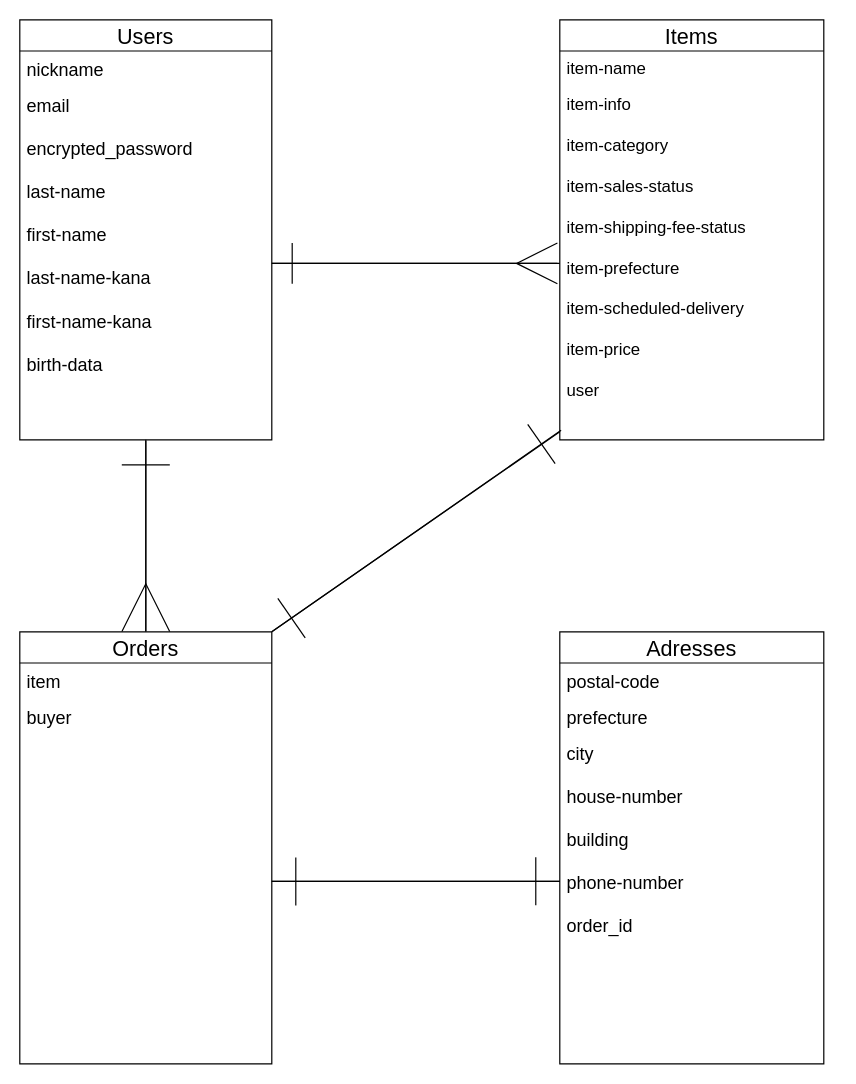
Above: test.dio in masakku/furima-36839 (draw.io), before the change. Source tidied: cells renumbered, new cells numbered last; positions are measured from the earlier drawing's top-left corner, leaving out a move shared by most shapes. Both pictures are drawn from the tidied source at 120%, with x=0, y=0 at pixel (19, 19).
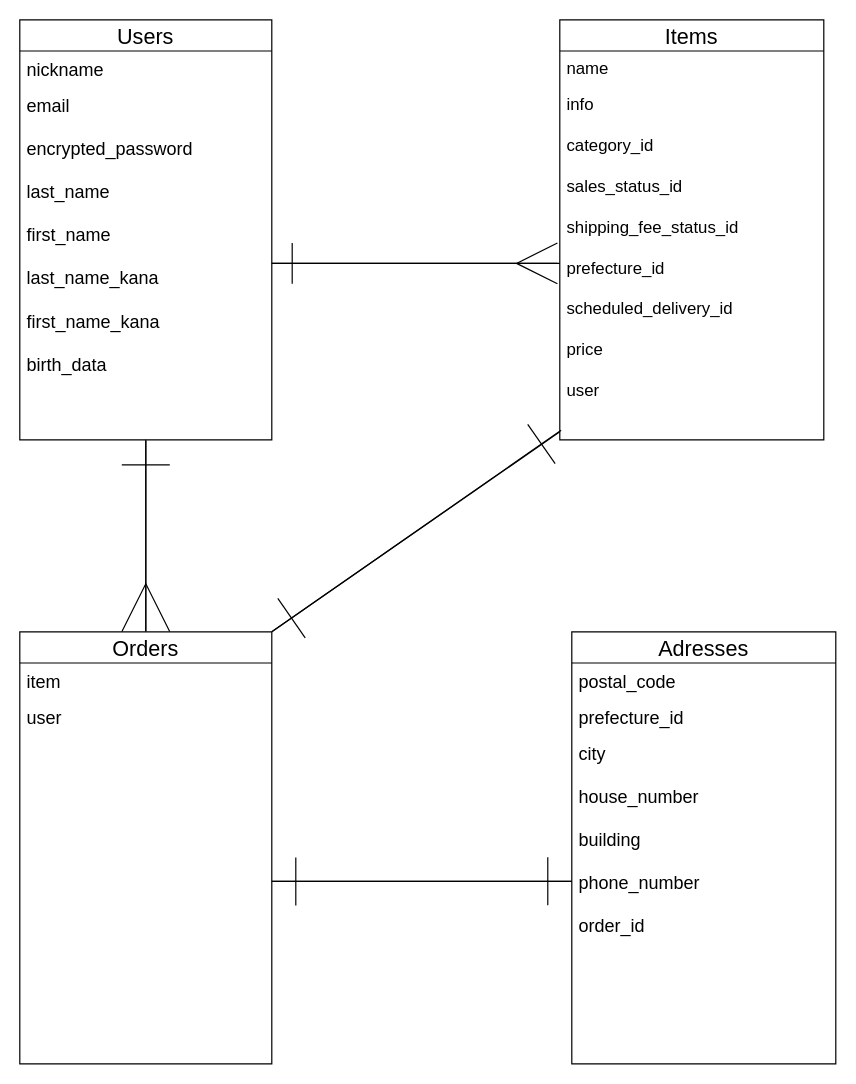
After the change.

The change refers to these unchanged cells:
```xml
<mxCell id="3" value="Users" style="swimlane;fontStyle=0;horizontal=1;startSize=26;align=center;fontSize=18;perimeterSpacing=0;strokeWidth=1;" parent="1" vertex="1">
  <mxGeometry width="210" height="350" as="geometry" />
</mxCell>
<mxCell id="6" value="Items" style="swimlane;fontStyle=0;horizontal=1;startSize=26;align=center;fontSize=18;" parent="1" vertex="1">
  <mxGeometry x="450" width="220" height="350" as="geometry" />
</mxCell>
<mxCell id="18" value="Orders" style="swimlane;fontStyle=0;horizontal=1;startSize=26;align=center;fontSize=18;strokeWidth=1;" parent="1" vertex="1">
  <mxGeometry y="510" width="210" height="360" as="geometry" />
</mxCell>
```

What changed in the source:
```diff
@@
-    <mxCell id="5" value="email&#10;&#10;encrypted_password&#10;&#10;last-name&#10;&#10;first-name&#10;&#10;last-name-kana&#10;&#10;first-name-kana&#10;&#10;birth-data&#10;&#10;&#10;" style="text;strokeColor=none;fillColor=none;spacingLeft=4;spacingRight=4;overflow=hidden;points=[[0,0.5],[1,0.5]];portConstraint=eastwest;fontSize=15;" parent="3" vertex="1">
+    <mxCell id="5" value="email&#10;&#10;encrypted_password&#10;&#10;last_name&#10;&#10;first_name&#10;&#10;last_name_kana&#10;&#10;first_name_kana&#10;&#10;birth_data&#10;&#10;&#10;" style="text;strokeColor=none;fillColor=none;spacingLeft=4;spacingRight=4;overflow=hidden;points=[[0,0.5],[1,0.5]];portConstraint=eastwest;fontSize=15;" parent="3" vertex="1">
       <mxGeometry y="56" width="210" height="294" as="geometry" />
     </mxCell>
@@
-    <mxCell id="7" value="item-name" style="text;strokeColor=none;fillColor=none;spacingLeft=4;spacingRight=4;overflow=hidden;fontSize=14;" parent="6" vertex="1">
+    <mxCell id="7" value="name" style="text;strokeColor=none;fillColor=none;spacingLeft=4;spacingRight=4;overflow=hidden;fontSize=14;" parent="6" vertex="1">
       <mxGeometry y="26" width="220" height="30" as="geometry" />
     </mxCell>
-    <mxCell id="8" value="item-info&#10;&#10;item-category&#10;&#10;item-sales-status&#10;&#10;item-shipping-fee-status&#10;&#10;item-prefecture&#10;&#10;item-scheduled-delivery&#10;&#10;item-price&#10;&#10;user" style="text;strokeColor=none;fillColor=none;spacingLeft=4;spacingRight=4;overflow=hidden;points=[[0,0.5],[1,0.5]];portConstraint=eastwest;fontSize=14;" parent="6" vertex="1">
+    <mxCell id="8" value="info&#10;&#10;category_id&#10;&#10;sales_status_id&#10;&#10;shipping_fee_status_id&#10;&#10;prefecture_id&#10;&#10;scheduled_delivery_id&#10;&#10;price&#10;&#10;user" style="text;strokeColor=none;fillColor=none;spacingLeft=4;spacingRight=4;overflow=hidden;points=[[0,0.5],[1,0.5]];portConstraint=eastwest;fontSize=14;" parent="6" vertex="1">
       <mxGeometry y="56" width="220" height="294" as="geometry" />
     </mxCell>
@@
     <mxCell id="12" value="Adresses" style="swimlane;fontStyle=0;horizontal=1;startSize=26;align=center;fontSize=18;strokeWidth=1;" parent="1" vertex="1">
-      <mxGeometry x="450" y="510" width="220" height="360" as="geometry" />
+      <mxGeometry x="460" y="510" width="220" height="360" as="geometry" />
     </mxCell>
-    <mxCell id="13" value="postal-code" style="text;strokeColor=none;fillColor=none;spacingLeft=4;spacingRight=4;overflow=hidden;fontSize=15;" parent="12" vertex="1">
+    <mxCell id="13" value="postal_code" style="text;strokeColor=none;fillColor=none;spacingLeft=4;spacingRight=4;overflow=hidden;fontSize=15;" parent="12" vertex="1">
       <mxGeometry y="26" width="220" height="30" as="geometry" />
     </mxCell>
-    <mxCell id="14" value="prefecture" style="text;strokeColor=none;fillColor=none;spacingLeft=4;spacingRight=4;overflow=hidden;fontSize=15;" parent="12" vertex="1">
+    <mxCell id="14" value="prefecture_id" style="text;strokeColor=none;fillColor=none;spacingLeft=4;spacingRight=4;overflow=hidden;fontSize=15;" parent="12" vertex="1">
       <mxGeometry y="56" width="220" height="30" as="geometry" />
     </mxCell>
-    <mxCell id="15" value="city&#10;&#10;house-number&#10;&#10;building&#10;&#10;phone-number&#10;&#10;order_id" style="text;strokeColor=none;fillColor=none;spacingLeft=4;spacingRight=4;overflow=hidden;points=[[0,0.5],[1,0.5]];portConstraint=eastwest;fontSize=15;" parent="12" vertex="1">
+    <mxCell id="15" value="city&#10;&#10;house_number&#10;&#10;building&#10;&#10;phone_number&#10;&#10;order_id" style="text;strokeColor=none;fillColor=none;spacingLeft=4;spacingRight=4;overflow=hidden;points=[[0,0.5],[1,0.5]];portConstraint=eastwest;fontSize=15;" parent="12" vertex="1">
       <mxGeometry y="86" width="220" height="274" as="geometry" />
     </mxCell>
@@
-    <mxCell id="20" value="buyer" style="text;strokeColor=none;fillColor=none;spacingLeft=4;spacingRight=4;overflow=hidden;points=[[0,0.5],[1,0.5]];portConstraint=eastwest;fontSize=15;" parent="18" vertex="1">
+    <mxCell id="20" value="user" style="text;strokeColor=none;fillColor=none;spacingLeft=4;spacingRight=4;overflow=hidden;points=[[0,0.5],[1,0.5]];portConstraint=eastwest;fontSize=15;" parent="18" vertex="1">
       <mxGeometry y="56" width="210" height="304" as="geometry" />
     </mxCell>
```
